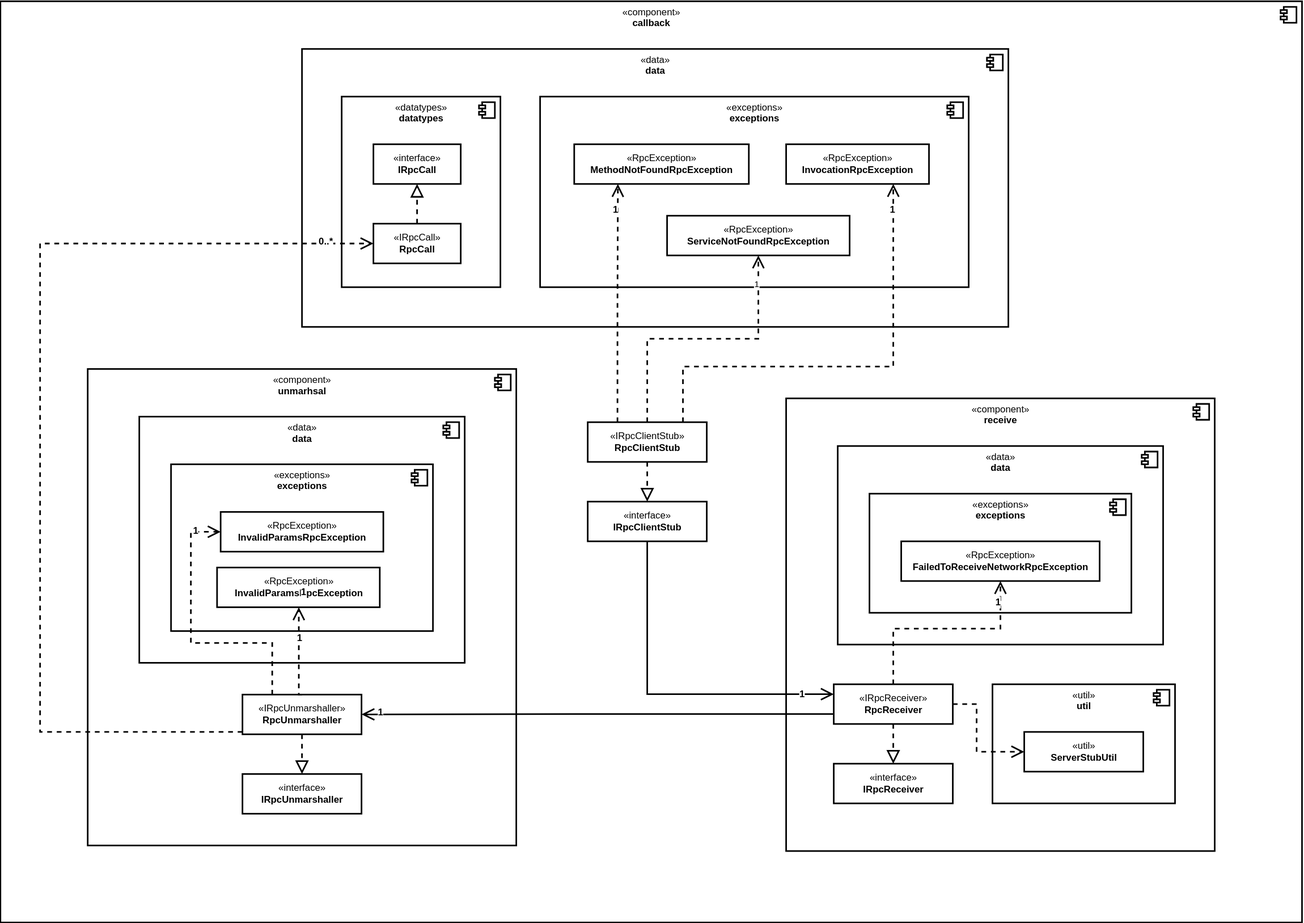
Before: docs/middleware/diagrams/ServerStubClassDiagram.drawio.svg, a diagram exported from draw.io (HaniAlshikh/tron). Source tidied: cells renumbered, new cells last; positions are measured from the earlier drawing's top-left corner, leaving out a move shared by most shapes.
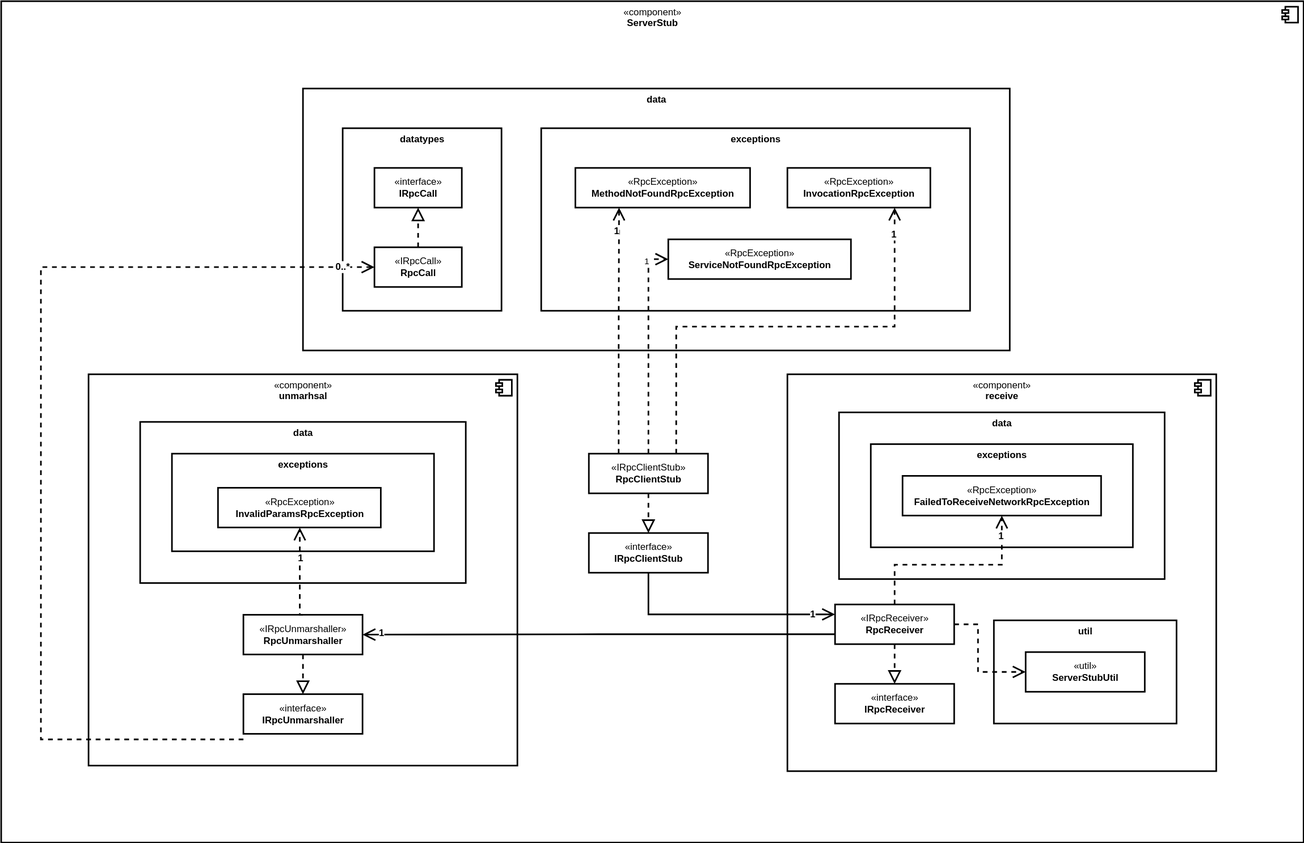
The same file after the commit.

Diff of the diagram source:
```diff
@@ -2,8 +2,8 @@
   <root>
     <mxCell id="0" />
     <mxCell id="1" parent="0" />
-    <mxCell id="2" value="«component»&lt;b&gt;&lt;br&gt;callback&lt;/b&gt;" style="html=1;strokeWidth=2;align=center;verticalAlign=top;" parent="1" vertex="1">
-      <mxGeometry width="1640" height="1160" as="geometry" />
+    <mxCell id="2" value="«component»&lt;b&gt;&lt;br&gt;ServerStub&lt;/b&gt;" style="html=1;strokeWidth=2;align=center;verticalAlign=top;" parent="1" vertex="1">
+      <mxGeometry y="100" width="1640" height="1060" as="geometry" />
     </mxCell>
     <mxCell id="3" style="shape=module;jettyWidth=8;jettyHeight=4;strokeWidth=2;align=center;verticalAlign=middle;" parent="2" vertex="1">
       <mxGeometry x="1" width="20" height="20" relative="1" as="geometry">
@@ -11,31 +11,21 @@
       </mxGeometry>
     </mxCell>
     <mxCell id="4" value="«component»&lt;br&gt;&lt;b&gt;receive&lt;br&gt;&lt;/b&gt;" style="html=1;strokeWidth=2;align=center;verticalAlign=top;" parent="1" vertex="1">
-      <mxGeometry x="990" y="500" width="540" height="570" as="geometry" />
+      <mxGeometry x="990" y="570" width="540" height="500" as="geometry" />
     </mxCell>
     <mxCell id="5" style="shape=module;jettyWidth=8;jettyHeight=4;strokeWidth=2;align=center;verticalAlign=middle;" parent="4" vertex="1">
       <mxGeometry x="1" width="20" height="20" relative="1" as="geometry">
         <mxPoint x="-27" y="7" as="offset" />
       </mxGeometry>
     </mxCell>
-    <mxCell id="6" value="«data»&lt;br&gt;&lt;b&gt;data&lt;br&gt;&lt;/b&gt;" style="html=1;strokeWidth=2;align=center;verticalAlign=top;" parent="1" vertex="1">
-      <mxGeometry x="1055" y="560" width="410" height="250" as="geometry" />
+    <mxCell id="6" value="&lt;b&gt;data&lt;br&gt;&lt;/b&gt;" style="html=1;strokeWidth=2;align=center;verticalAlign=top;" parent="1" vertex="1">
+      <mxGeometry x="1055" y="618" width="410" height="210" as="geometry" />
     </mxCell>
-    <mxCell id="7" style="shape=module;jettyWidth=8;jettyHeight=4;strokeWidth=2;align=center;verticalAlign=middle;" parent="6" vertex="1">
-      <mxGeometry x="1" width="20" height="20" relative="1" as="geometry">
-        <mxPoint x="-27" y="7" as="offset" />
-      </mxGeometry>
-    </mxCell>
-    <mxCell id="8" value="«exceptions»&lt;br&gt;&lt;b&gt;exceptions&lt;br&gt;&lt;/b&gt;" style="html=1;strokeWidth=2;align=center;verticalAlign=top;" parent="1" vertex="1">
-      <mxGeometry x="1095" y="620" width="330" height="150" as="geometry" />
+    <mxCell id="8" value="&lt;b&gt;exceptions&lt;br&gt;&lt;/b&gt;" style="html=1;strokeWidth=2;align=center;verticalAlign=top;" parent="1" vertex="1">
+      <mxGeometry x="1095" y="658" width="330" height="130" as="geometry" />
     </mxCell>
-    <mxCell id="9" style="shape=module;jettyWidth=8;jettyHeight=4;strokeWidth=2;align=center;verticalAlign=middle;" parent="8" vertex="1">
-      <mxGeometry x="1" width="20" height="20" relative="1" as="geometry">
-        <mxPoint x="-27" y="7" as="offset" />
-      </mxGeometry>
-    </mxCell>
     <mxCell id="10" value="«RpcException»&lt;br&gt;&lt;b&gt;FailedToReceiveNetworkRpcException&lt;/b&gt;" style="html=1;strokeWidth=2;" parent="1" vertex="1">
-      <mxGeometry x="1135" y="680" width="250" height="50" as="geometry" />
+      <mxGeometry x="1135" y="698" width="250" height="50" as="geometry" />
     </mxCell>
     <mxCell id="11" value="«IRpcReceiver»&lt;br&gt;&lt;b&gt;RpcReceiver&lt;/b&gt;" style="html=1;strokeWidth=2;" parent="1" vertex="1">
       <mxGeometry x="1050" y="860" width="150" height="50" as="geometry" />
@@ -47,107 +37,74 @@
       <mxGeometry x="1050" y="960" width="150" height="50" as="geometry" />
     </mxCell>
     <mxCell id="14" value="«IRpcClientStub»&lt;br&gt;&lt;b&gt;RpcClientStub&lt;/b&gt;" style="html=1;strokeWidth=2;" parent="1" vertex="1">
-      <mxGeometry x="740" y="530" width="150" height="50" as="geometry" />
+      <mxGeometry x="740" y="670" width="150" height="50" as="geometry" />
     </mxCell>
     <mxCell id="15" style="endArrow=block;dashed=1;endFill=0;endSize=12;html=1;fontSize=12;strokeWidth=2;" parent="1" edge="1" source="14" target="16">
       <mxGeometry relative="1" as="geometry" />
     </mxCell>
     <mxCell id="16" value="«interface»&lt;br&gt;&lt;b&gt;IRpcClientStub&lt;/b&gt;" style="html=1;strokeWidth=2;" parent="1" vertex="1">
-      <mxGeometry x="740" y="630" width="150" height="50" as="geometry" />
+      <mxGeometry x="740" y="770" width="150" height="50" as="geometry" />
     </mxCell>
     <mxCell id="17" style="endArrow=open;endSize=12;dashed=1;html=1;strokeWidth=2;edgeStyle=orthogonalEdgeStyle;rounded=0;" parent="1" edge="1" source="11" target="10">
       <mxGeometry relative="1" as="geometry">
         <Array as="points">
-          <mxPoint x="1125" y="790" />
-          <mxPoint x="1260" y="790" />
+          <mxPoint x="1125" y="810" />
+          <mxPoint x="1260" y="810" />
         </Array>
       </mxGeometry>
     </mxCell>
     <mxCell id="18" value="&lt;b&gt;&lt;font style=&quot;font-size: 12px&quot;&gt;1&lt;/font&gt;&lt;/b&gt;" style="edgeLabel;html=1;align=center;verticalAlign=middle;" parent="17" vertex="1">
       <mxGeometry x="0.61" y="1" relative="1" as="geometry">
-        <mxPoint x="-2" y="-26" as="offset" />
+        <mxPoint y="-23" as="offset" />
       </mxGeometry>
     </mxCell>
-    <mxCell id="19" value="«data»&lt;br&gt;&lt;b&gt;data&lt;br&gt;&lt;/b&gt;" style="html=1;strokeWidth=2;align=center;verticalAlign=top;" parent="1" vertex="1">
-      <mxGeometry x="380" y="60" width="890" height="350" as="geometry" />
+    <mxCell id="19" value="&lt;b&gt;data&lt;br&gt;&lt;/b&gt;" style="html=1;strokeWidth=2;align=center;verticalAlign=top;" parent="1" vertex="1">
+      <mxGeometry x="380" y="210" width="890" height="330" as="geometry" />
     </mxCell>
-    <mxCell id="20" style="shape=module;jettyWidth=8;jettyHeight=4;strokeWidth=2;align=center;verticalAlign=middle;" parent="19" vertex="1">
-      <mxGeometry x="1" width="20" height="20" relative="1" as="geometry">
-        <mxPoint x="-27" y="7" as="offset" />
-      </mxGeometry>
-    </mxCell>
-    <mxCell id="21" value="«datatypes»&lt;br&gt;&lt;b&gt;datatypes&lt;br&gt;&lt;/b&gt;" style="html=1;strokeWidth=2;align=center;verticalAlign=top;" parent="1" vertex="1">
-      <mxGeometry x="430" y="120" width="200" height="240" as="geometry" />
+    <mxCell id="21" value="&lt;b&gt;datatypes&lt;br&gt;&lt;/b&gt;" style="html=1;strokeWidth=2;align=center;verticalAlign=top;" parent="1" vertex="1">
+      <mxGeometry x="430" y="260" width="200" height="230" as="geometry" />
     </mxCell>
-    <mxCell id="22" style="shape=module;jettyWidth=8;jettyHeight=4;strokeWidth=2;align=center;verticalAlign=middle;" parent="21" vertex="1">
-      <mxGeometry x="1" width="20" height="20" relative="1" as="geometry">
-        <mxPoint x="-27" y="7" as="offset" />
-      </mxGeometry>
-    </mxCell>
     <mxCell id="23" value="«IRpcCall»&lt;br&gt;&lt;b&gt;RpcCall&lt;/b&gt;" style="html=1;strokeWidth=2;" parent="1" vertex="1">
-      <mxGeometry x="470" y="280" width="110" height="50" as="geometry" />
+      <mxGeometry x="470" y="410" width="110" height="50" as="geometry" />
     </mxCell>
     <mxCell id="24" value="«interface»&lt;br&gt;&lt;b&gt;IRpcCall&lt;/b&gt;" style="html=1;strokeWidth=2;" parent="1" vertex="1">
-      <mxGeometry x="470" y="180" width="110" height="50" as="geometry" />
+      <mxGeometry x="470" y="310" width="110" height="50" as="geometry" />
     </mxCell>
     <mxCell id="25" style="endArrow=block;dashed=1;endFill=0;endSize=12;html=1;fontSize=12;strokeWidth=2;" parent="1" edge="1" source="23" target="24">
       <mxGeometry relative="1" as="geometry" />
     </mxCell>
-    <mxCell id="26" value="«exceptions»&lt;br&gt;&lt;b&gt;exceptions&lt;br&gt;&lt;/b&gt;" style="html=1;strokeWidth=2;align=center;verticalAlign=top;" parent="1" vertex="1">
-      <mxGeometry x="680" y="120" width="540" height="240" as="geometry" />
+    <mxCell id="26" value="&lt;b&gt;exceptions&lt;br&gt;&lt;/b&gt;" style="html=1;strokeWidth=2;align=center;verticalAlign=top;" parent="1" vertex="1">
+      <mxGeometry x="680" y="260" width="540" height="230" as="geometry" />
     </mxCell>
-    <mxCell id="27" style="shape=module;jettyWidth=8;jettyHeight=4;strokeWidth=2;align=center;verticalAlign=middle;" parent="26" vertex="1">
-      <mxGeometry x="1" width="20" height="20" relative="1" as="geometry">
-        <mxPoint x="-27" y="7" as="offset" />
-      </mxGeometry>
-    </mxCell>
     <mxCell id="28" value="«RpcException»&lt;br&gt;&lt;b&gt;InvocationRpcException&lt;/b&gt;" style="html=1;strokeWidth=2;" parent="1" vertex="1">
-      <mxGeometry x="990" y="180" width="180" height="50" as="geometry" />
+      <mxGeometry x="990" y="310" width="180" height="50" as="geometry" />
     </mxCell>
     <mxCell id="29" value="«RpcException»&lt;br&gt;&lt;b&gt;MethodNotFoundRpcException&lt;/b&gt;" style="html=1;strokeWidth=2;" parent="1" vertex="1">
-      <mxGeometry x="723" y="180" width="220" height="50" as="geometry" />
+      <mxGeometry x="723" y="310" width="220" height="50" as="geometry" />
     </mxCell>
     <mxCell id="30" value="«RpcException»&lt;br&gt;&lt;b&gt;ServiceNotFoundRpcException&lt;/b&gt;" style="html=1;strokeWidth=2;" parent="1" vertex="1">
-      <mxGeometry x="840" y="270" width="230" height="50" as="geometry" />
+      <mxGeometry x="840" y="400" width="230" height="50" as="geometry" />
     </mxCell>
-    <mxCell id="31" value="«util»&lt;br&gt;&lt;b&gt;util&lt;br&gt;&lt;/b&gt;" style="html=1;strokeWidth=2;align=center;verticalAlign=top;" parent="1" vertex="1">
-      <mxGeometry x="1250" y="860" width="230" height="150" as="geometry" />
+    <mxCell id="31" value="&lt;b&gt;util&lt;br&gt;&lt;/b&gt;" style="html=1;strokeWidth=2;align=center;verticalAlign=top;" parent="1" vertex="1">
+      <mxGeometry x="1250" y="880" width="230" height="130" as="geometry" />
     </mxCell>
-    <mxCell id="32" style="shape=module;jettyWidth=8;jettyHeight=4;strokeWidth=2;align=center;verticalAlign=middle;" parent="31" vertex="1">
-      <mxGeometry x="1" width="20" height="20" relative="1" as="geometry">
-        <mxPoint x="-27" y="7" as="offset" />
-      </mxGeometry>
-    </mxCell>
     <mxCell id="33" value="«util»&lt;br&gt;&lt;b&gt;ServerStubUtil&lt;/b&gt;" style="html=1;strokeWidth=2;" parent="1" vertex="1">
       <mxGeometry x="1290" y="920" width="150" height="50" as="geometry" />
     </mxCell>
     <mxCell id="34" value="«component»&lt;br&gt;&lt;b&gt;unmarhsal&lt;br&gt;&lt;/b&gt;" style="html=1;strokeWidth=2;align=center;verticalAlign=top;" parent="1" vertex="1">
-      <mxGeometry x="110" y="463" width="540" height="600" as="geometry" />
+      <mxGeometry x="110" y="570" width="540" height="493" as="geometry" />
     </mxCell>
     <mxCell id="35" style="shape=module;jettyWidth=8;jettyHeight=4;strokeWidth=2;align=center;verticalAlign=middle;" parent="34" vertex="1">
       <mxGeometry x="1" width="20" height="20" relative="1" as="geometry">
         <mxPoint x="-27" y="7" as="offset" />
       </mxGeometry>
     </mxCell>
-    <mxCell id="36" value="«data»&lt;br&gt;&lt;b&gt;data&lt;br&gt;&lt;/b&gt;" style="html=1;strokeWidth=2;align=center;verticalAlign=top;" parent="1" vertex="1">
-      <mxGeometry x="175" y="523" width="410" height="310" as="geometry" />
+    <mxCell id="36" value="&lt;b&gt;data&lt;br&gt;&lt;/b&gt;" style="html=1;strokeWidth=2;align=center;verticalAlign=top;" parent="1" vertex="1">
+      <mxGeometry x="175" y="630" width="410" height="203" as="geometry" />
     </mxCell>
-    <mxCell id="37" style="shape=module;jettyWidth=8;jettyHeight=4;strokeWidth=2;align=center;verticalAlign=middle;" parent="36" vertex="1">
-      <mxGeometry x="1" width="20" height="20" relative="1" as="geometry">
-        <mxPoint x="-27" y="7" as="offset" />
-      </mxGeometry>
-    </mxCell>
-    <mxCell id="38" value="«exceptions»&lt;br&gt;&lt;b&gt;exceptions&lt;br&gt;&lt;/b&gt;" style="html=1;strokeWidth=2;align=center;verticalAlign=top;" parent="1" vertex="1">
-      <mxGeometry x="215" y="583" width="330" height="210" as="geometry" />
+    <mxCell id="38" value="&lt;b&gt;exceptions&lt;br&gt;&lt;/b&gt;" style="html=1;strokeWidth=2;align=center;verticalAlign=top;" parent="1" vertex="1">
+      <mxGeometry x="215" y="670" width="330" height="123" as="geometry" />
     </mxCell>
-    <mxCell id="39" style="shape=module;jettyWidth=8;jettyHeight=4;strokeWidth=2;align=center;verticalAlign=middle;" parent="38" vertex="1">
-      <mxGeometry x="1" width="20" height="20" relative="1" as="geometry">
-        <mxPoint x="-27" y="7" as="offset" />
-      </mxGeometry>
-    </mxCell>
-    <mxCell id="40" value="«RpcException»&lt;br&gt;&lt;b&gt;InvalidParamsRpcException&lt;/b&gt;" style="html=1;strokeWidth=2;" parent="1" vertex="1">
-      <mxGeometry x="277.5" y="643" width="205" height="50" as="geometry" />
-    </mxCell>
     <mxCell id="41" value="«IRpcUnmarshaller»&lt;br&gt;&lt;b&gt;RpcUnmarshaller&lt;/b&gt;" style="html=1;strokeWidth=2;" parent="1" vertex="1">
       <mxGeometry x="305" y="873" width="150" height="50" as="geometry" />
     </mxCell>
@@ -157,20 +114,6 @@
     <mxCell id="43" value="«interface»&lt;br&gt;&lt;b&gt;IRpcUnmarshaller&lt;/b&gt;" style="html=1;strokeWidth=2;" parent="1" vertex="1">
       <mxGeometry x="305" y="973" width="150" height="50" as="geometry" />
     </mxCell>
-    <mxCell id="44" style="endArrow=open;endSize=12;dashed=1;html=1;strokeWidth=2;entryX=0;entryY=0.5;entryDx=0;entryDy=0;edgeStyle=orthogonalEdgeStyle;rounded=0;exitX=0.25;exitY=0;exitDx=0;exitDy=0;" parent="1" edge="1" source="41" target="40">
-      <mxGeometry relative="1" as="geometry">
-        <Array as="points">
-          <mxPoint x="342" y="808" />
-          <mxPoint x="240" y="808" />
-          <mxPoint x="240" y="668" />
-        </Array>
-      </mxGeometry>
-    </mxCell>
-    <mxCell id="45" value="&lt;b&gt;&lt;font style=&quot;font-size: 12px&quot;&gt;1&lt;/font&gt;&lt;/b&gt;" style="edgeLabel;html=1;align=center;verticalAlign=middle;" parent="44" vertex="1">
-      <mxGeometry x="0.61" y="1" relative="1" as="geometry">
-        <mxPoint x="7" y="-31" as="offset" />
-      </mxGeometry>
-    </mxCell>
     <mxCell id="46" value="«RpcException»&lt;br&gt;&lt;b&gt;InvalidParamsRpcException&lt;/b&gt;" style="html=1;strokeWidth=2;" parent="1" vertex="1">
       <mxGeometry x="273" y="713" width="205" height="50" as="geometry" />
     </mxCell>
@@ -197,22 +140,18 @@
         </Array>
       </mxGeometry>
     </mxCell>
-    <mxCell id="51" value="&lt;b&gt;&lt;font style=&quot;font-size: 12px&quot;&gt;1&lt;/font&gt;&lt;/b&gt;" style="edgeLabel;html=1;align=center;verticalAlign=middle;" parent="50" vertex="1">
-      <mxGeometry x="0.61" y="1" relative="1" as="geometry">
-        <mxPoint x="7" y="-42" as="offset" />
-      </mxGeometry>
-    </mxCell>
-    <mxCell id="52" style="endArrow=open;endSize=12;dashed=1;html=1;strokeWidth=2;edgeStyle=orthogonalEdgeStyle;rounded=0;" parent="1" edge="1" source="41" target="23">
+    <mxCell id="52" style="endArrow=open;endSize=12;dashed=1;html=1;strokeWidth=2;edgeStyle=orthogonalEdgeStyle;rounded=0;" parent="1" edge="1" target="23">
       <mxGeometry relative="1" as="geometry">
+        <mxPoint x="305" y="1030" as="sourcePoint" />
         <Array as="points">
-          <mxPoint x="50" y="920" />
-          <mxPoint x="50" y="305" />
+          <mxPoint x="50" y="1030" />
+          <mxPoint x="50" y="435" />
         </Array>
       </mxGeometry>
     </mxCell>
-    <mxCell id="53" value="&lt;b&gt;&lt;font style=&quot;font-size: 12px&quot;&gt;0..*&lt;/font&gt;&lt;/b&gt;" style="edgeLabel;html=1;align=center;verticalAlign=middle;" parent="52" vertex="1">
+    <mxCell id="53" value="&lt;span&gt;&lt;font style=&quot;font-size: 12px&quot;&gt;0..*&lt;/font&gt;&lt;/span&gt;" style="edgeLabel;html=1;align=center;verticalAlign=middle;fontStyle=1;" parent="52" vertex="1">
       <mxGeometry x="0.61" y="1" relative="1" as="geometry">
-        <mxPoint x="193" y="-1" as="offset" />
+        <mxPoint x="210" y="1" as="offset" />
       </mxGeometry>
     </mxCell>
     <mxCell id="54" style="edgeStyle=orthogonalEdgeStyle;shape=connector;rounded=0;html=1;labelBackgroundColor=default;fontFamily=Helvetica;fontSize=11;fontColor=default;endArrow=open;endFill=1;endSize=12;strokeColor=default;strokeWidth=2;entryX=0;entryY=0.25;entryDx=0;entryDy=0;" parent="1" edge="1" source="16" target="11">
@@ -245,13 +184,15 @@
       <mxGeometry relative="1" as="geometry" />
     </mxCell>
     <mxCell id="60" value="&lt;b&gt;1&lt;/b&gt;" style="edgeLabel;html=1;align=center;verticalAlign=middle;fontSize=12;fontFamily=Helvetica;fontColor=default;" parent="59" vertex="1">
-      <mxGeometry x="0.78" y="3" relative="1" as="geometry" />
+      <mxGeometry x="0.78" y="3" relative="1" as="geometry">
+        <mxPoint y="-4" as="offset" />
+      </mxGeometry>
     </mxCell>
     <mxCell id="61" style="edgeStyle=orthogonalEdgeStyle;shape=connector;rounded=0;html=1;dashed=1;labelBackgroundColor=default;fontFamily=Helvetica;fontSize=11;fontColor=default;endArrow=open;endSize=12;strokeColor=default;strokeWidth=2;entryX=0.75;entryY=1;entryDx=0;entryDy=0;" parent="1" edge="1" source="14" target="28">
       <mxGeometry relative="1" as="geometry">
         <Array as="points">
-          <mxPoint x="860" y="460" />
-          <mxPoint x="1125" y="460" />
+          <mxPoint x="850" y="510" />
+          <mxPoint x="1125" y="510" />
         </Array>
       </mxGeometry>
     </mxCell>
```
